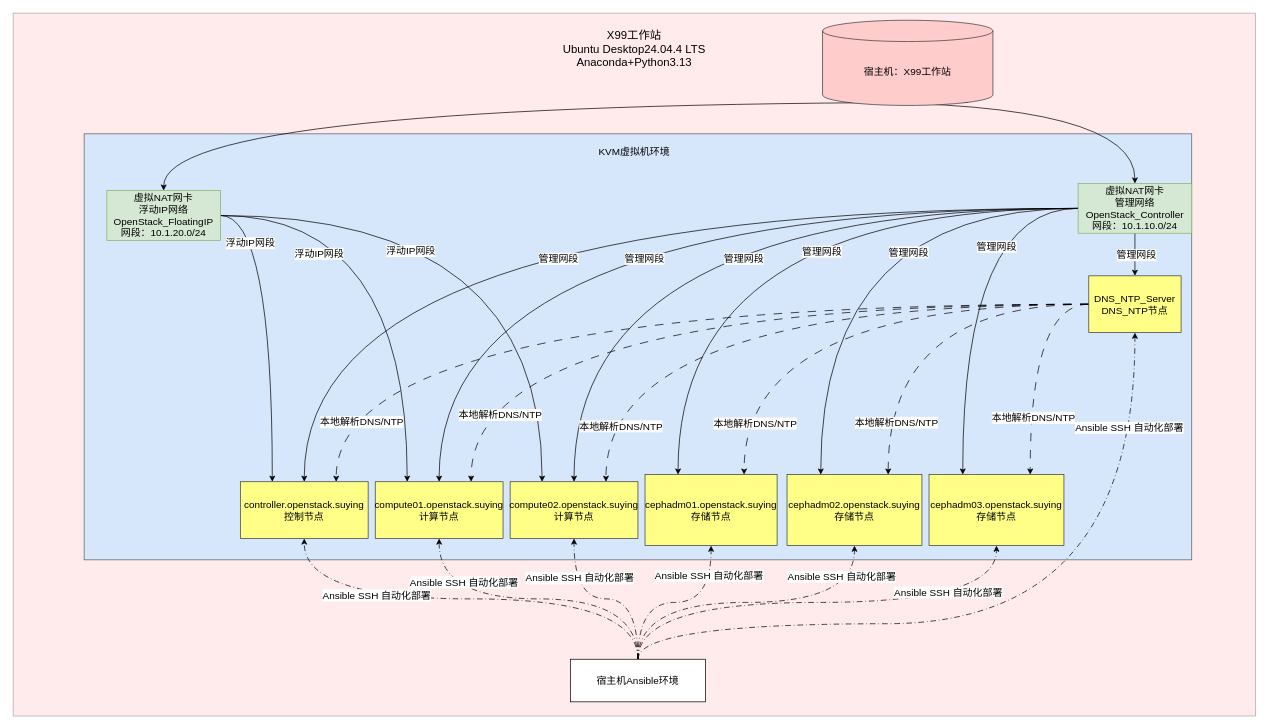
The draw.io diagram 测试环境部署模型.drawio in lrAltas/DrwaIO, before the edit. Source tidied: cells renumbered, new cells numbered last; positions are measured from the earlier drawing's top-left corner, leaving out a move shared by most shapes. Both pictures are drawn from the tidied source at 71%, with x=0, y=0 at pixel (13, 13).
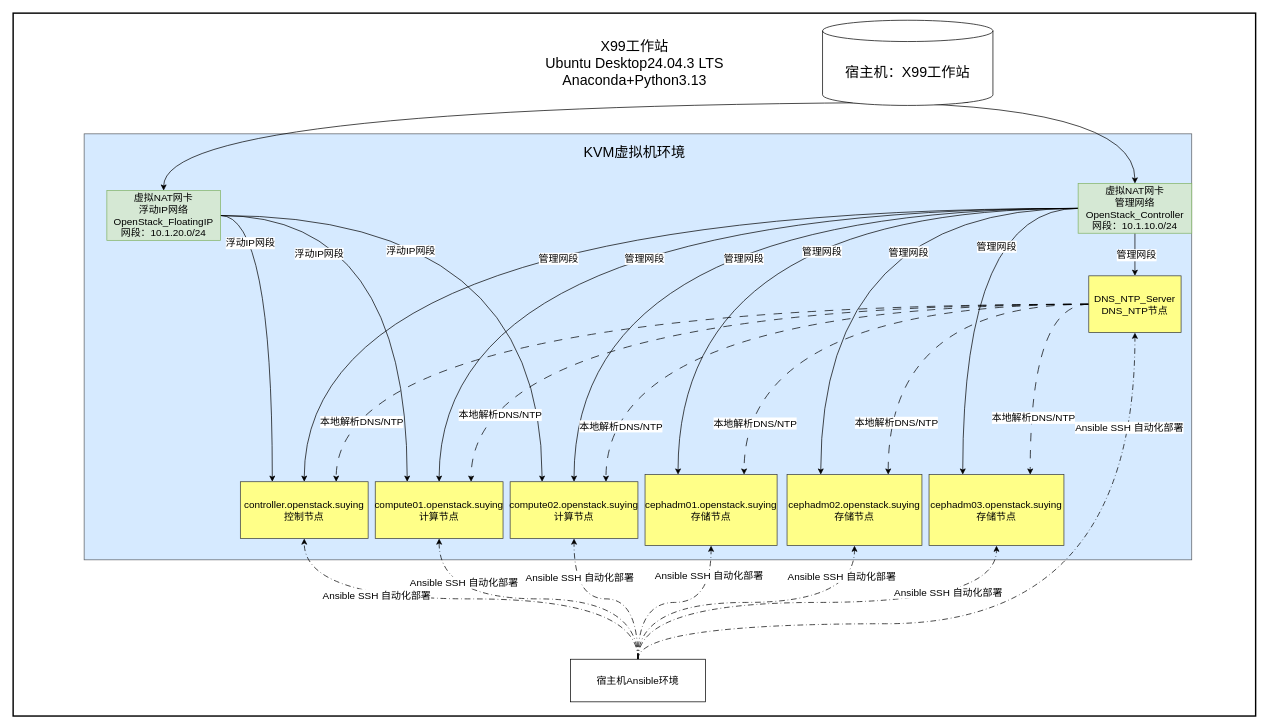
The same diagram, later.

Commit message (it also covers changes not shown here):
更新测试环境部署模型.drawio

What changed in the source:
```diff
@@
-    <mxCell id="2" style="rounded=0;whiteSpace=wrap;html=1;fontSize=14;fillColor=#ffcccc;strokeColor=#36393d;opacity=40;" parent="1" vertex="1">
+    <mxCell id="2" style="rounded=0;whiteSpace=wrap;html=1;fontSize=14;strokeWidth=2;" parent="1" vertex="1">
       <mxGeometry width="1750" height="990" as="geometry" />
     </mxCell>
@@
-    <mxCell id="6" value="&lt;div&gt;宿主机：X99工作站&lt;/div&gt;" style="shape=cylinder3;whiteSpace=wrap;html=1;boundedLbl=1;backgroundOutline=1;size=15;fillColor=#ffcccc;strokeColor=#36393d;fontSize=14;" parent="1" vertex="1">
+    <mxCell id="6" value="&lt;div&gt;&lt;font style=&quot;font-size: 20px;&quot;&gt;宿主机：X99工作站&lt;/font&gt;&lt;/div&gt;" style="shape=cylinder3;whiteSpace=wrap;html=1;boundedLbl=1;backgroundOutline=1;size=15;fontSize=14;" parent="1" vertex="1">
       <mxGeometry x="1140" y="10" width="240" height="120" as="geometry" />
     </mxCell>
@@
-    <mxCell id="63" value="KVM虚拟机环境" style="text;html=1;whiteSpace=wrap;strokeColor=none;fillColor=none;align=center;verticalAlign=middle;rounded=0;fontSize=14;" parent="1" vertex="1">
-      <mxGeometry x="815" y="180" width="120" height="30" as="geometry" />
+    <mxCell id="63" value="KVM虚拟机环境" style="text;html=1;whiteSpace=wrap;strokeColor=none;fillColor=none;align=center;verticalAlign=middle;rounded=0;fontSize=20;" parent="1" vertex="1">
+      <mxGeometry x="777.5" y="180" width="195" height="30" as="geometry" />
     </mxCell>
-    <mxCell id="64" value="&lt;div&gt;&lt;font style=&quot;font-size: 16px;&quot;&gt;X99工作站&lt;/font&gt;&lt;/div&gt;&lt;div&gt;&lt;font style=&quot;font-size: 16px;&quot;&gt;Ubuntu Desktop24.04.4 LTS&lt;/font&gt;&lt;/div&gt;&lt;div&gt;&lt;font style=&quot;font-size: 16px;&quot;&gt;Anaconda+Python3.13&lt;/font&gt;&lt;/div&gt;" style="text;html=1;whiteSpace=wrap;strokeColor=none;fillColor=none;align=center;verticalAlign=middle;rounded=0;fontSize=14;" parent="1" vertex="1">
-      <mxGeometry x="750" y="10" width="250" height="80" as="geometry" />
+    <mxCell id="64" value="&lt;div&gt;&lt;font&gt;X99工作站&lt;/font&gt;&lt;/div&gt;&lt;div&gt;&lt;font&gt;Ubuntu Desktop24.04.3 LTS&lt;/font&gt;&lt;/div&gt;&lt;div&gt;&lt;font&gt;Anaconda+Python3.13&lt;/font&gt;&lt;/div&gt;" style="text;html=1;whiteSpace=wrap;strokeColor=none;fillColor=none;align=center;verticalAlign=middle;rounded=0;fontSize=20;" parent="1" vertex="1">
+      <mxGeometry x="707.5" y="30" width="335" height="80" as="geometry" />
     </mxCell>
```
